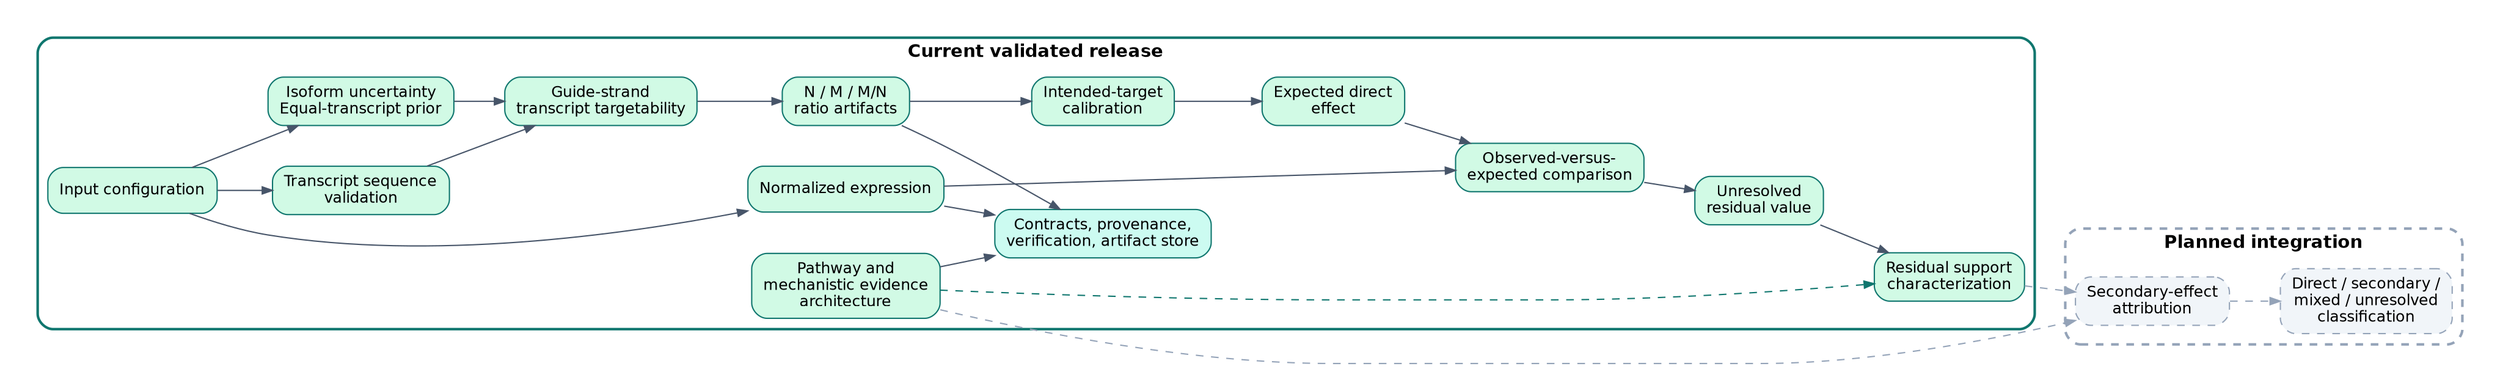
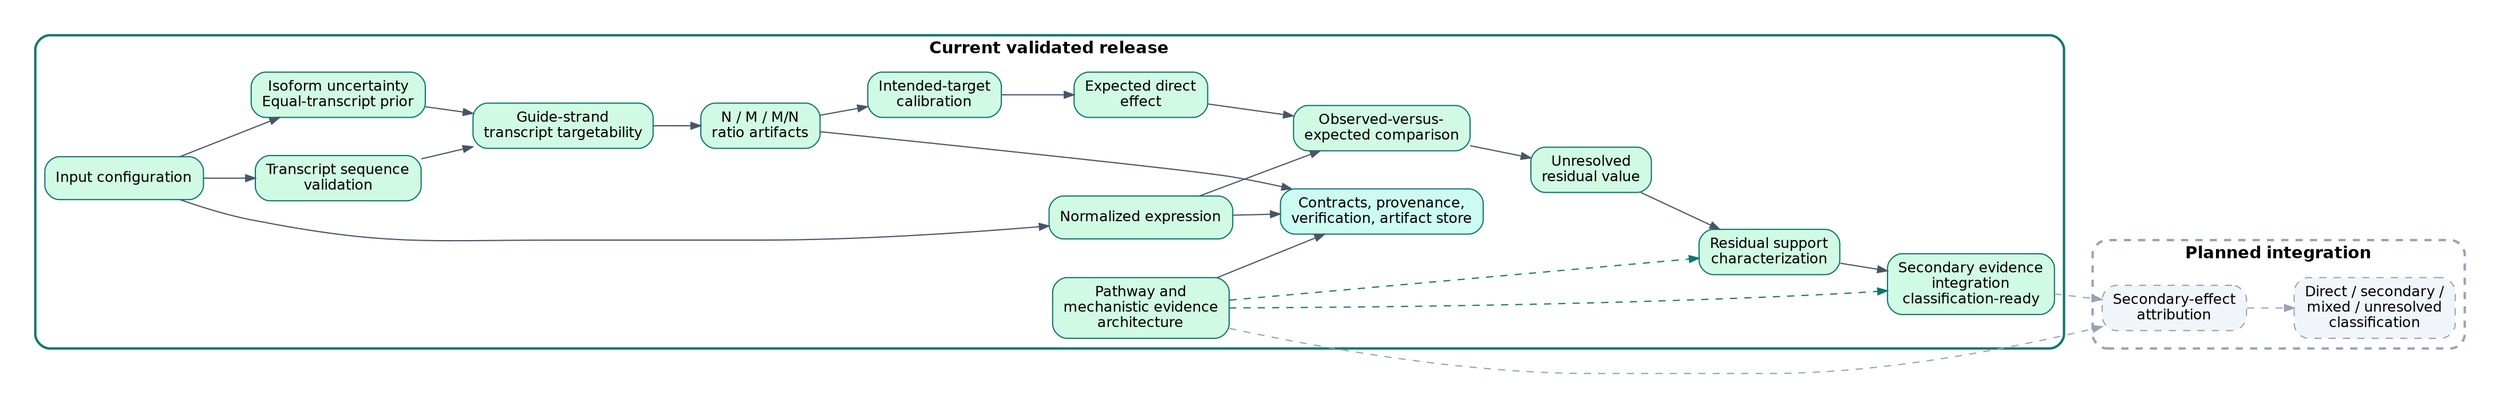
digraph G {
  graph [rankdir=LR, bgcolor="white", pad="0.3", nodesep="0.45", ranksep="0.55"];
  node [shape=box, style="rounded,filled", fontname="Helvetica", fontsize=12, margin="0.12,0.08"];
  edge [fontname="Helvetica", fontsize=10, color="#475569", arrowsize=0.8];

  subgraph cluster_current {
    label="Current validated release";
    color="#0f766e";
    penwidth=2;
    style="rounded";
    fontname="Helvetica-Bold";
    cfg [label="Input configuration", fillcolor="#d1fae5", color="#0f766e"];
    expr [label="Normalized expression", fillcolor="#d1fae5", color="#0f766e"];
    iso [label="Isoform uncertainty\nEqual-transcript prior", fillcolor="#d1fae5", color="#0f766e"];
    seq [label="Transcript sequence\nvalidation", fillcolor="#d1fae5", color="#0f766e"];
    targ [label="Guide-strand\ntranscript targetability", fillcolor="#d1fae5", color="#0f766e"];
    ratio [label="N / M / M/N\nratio artifacts", fillcolor="#d1fae5", color="#0f766e"];
    cal [label="Intended-target\ncalibration", fillcolor="#d1fae5", color="#0f766e"];
    exp [label="Expected direct\neffect", fillcolor="#d1fae5", color="#0f766e"];
    comp [label="Observed-versus-\nexpected comparison", fillcolor="#d1fae5", color="#0f766e"];
    res [label="Unresolved\nresidual value", fillcolor="#d1fae5", color="#0f766e"];
    support [label="Residual support\ncharacterization", fillcolor="#d1fae5", color="#0f766e"];
+     secint [label="Secondary evidence\nintegration\nclassification-ready", fillcolor="#d1fae5", color="#0f766e"];
    path [label="Pathway and\nmechanistic evidence\narchitecture", fillcolor="#d1fae5", color="#0f766e"];
    store [label="Contracts, provenance,\nverification, artifact store", fillcolor="#ccfbf1", color="#0f766e"];
  }

  subgraph cluster_planned {
    label="Planned integration";
    color="#94a3b8";
    penwidth=2;
    style="rounded,dashed";
    fontname="Helvetica-Bold";
    sec [label="Secondary-effect\nattribution", fillcolor="#f1f5f9", color="#94a3b8", style="rounded,filled,dashed"];
    cls [label="Direct / secondary /\nmixed / unresolved\nclassification", fillcolor="#f1f5f9", color="#94a3b8", style="rounded,filled,dashed"];
  }

  cfg -> expr;
  cfg -> iso;
  cfg -> seq;
  expr -> store;
  iso -> targ;
  seq -> targ;
  targ -> ratio;
  ratio -> store;
  path -> store;
  expr -> comp;
  ratio -> cal;
  cal -> exp;
  exp -> comp;
  comp -> res;
  res -> support;
  path -> support [style=dashed, color="#0f766e"];
+   support -> secint;
+   path -> secint [style=dashed, color="#0f766e"];
  path -> sec [style=dashed, color="#94a3b8"];
-   support -> sec [style=dashed, color="#94a3b8"];
+   secint -> sec [style=dashed, color="#94a3b8"];
  sec -> cls [style=dashed, color="#94a3b8"];
}
